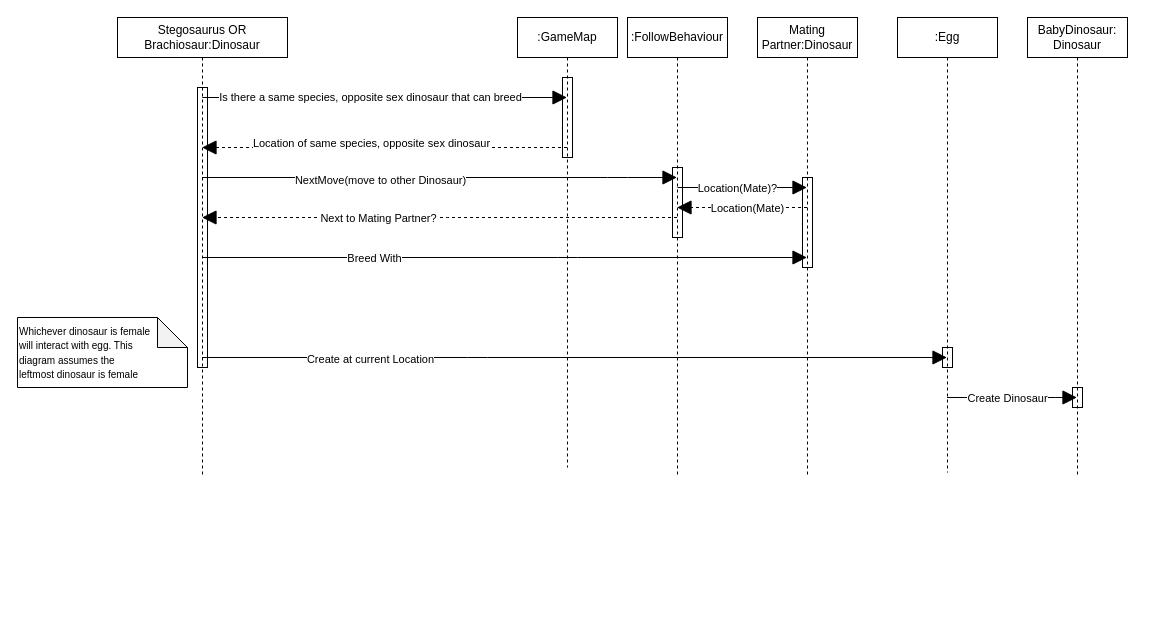
Earlier version of the draw.io diagram Class diagram/Breeding Sequence Diagram.drawio (Dax246/FIT2099). Source tidied: cells renumbered, new cells numbered last; positions are measured from the earlier drawing's top-left corner, leaving out a move shared by most shapes. Both pictures are drawn from the tidied source at 100%, with x=0, y=0 at pixel (17, 17).
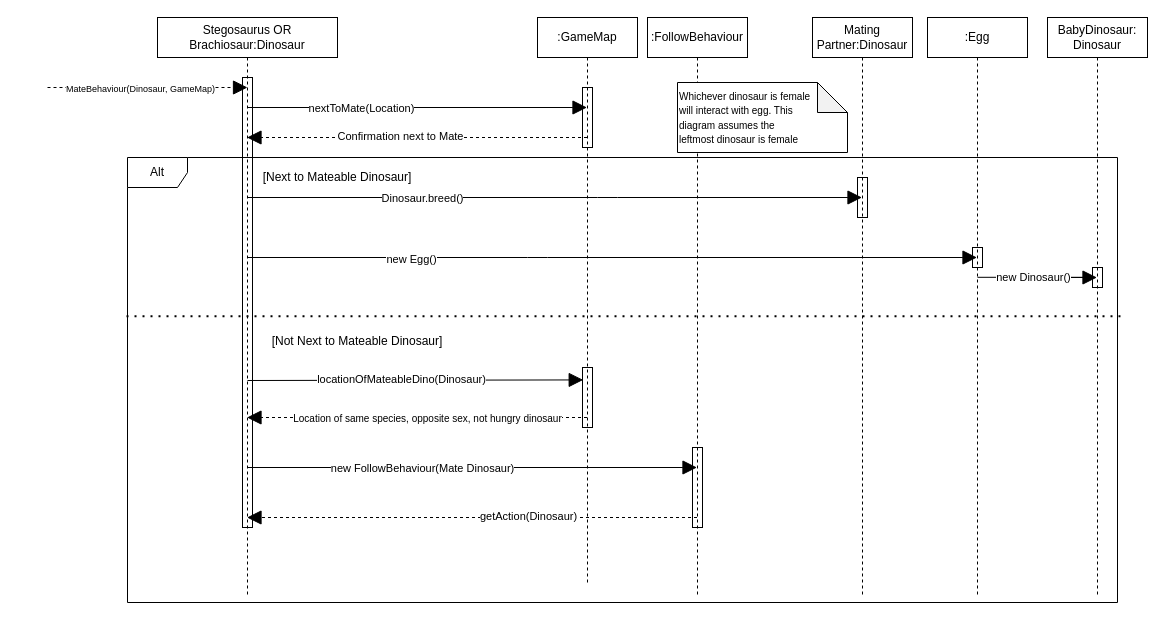
The same page after the edit.

Commit message (it also covers changes not shown here):
Redid Breeding Sequence Diagram.drawio and fixed PlantGrowth Sequence Diagram.drawio

Change to the diagram source:
```diff
@@
-    <mxCell id="2" style="html=1;points=[];perimeter=orthogonalPerimeter;" parent="1" vertex="1">
-      <mxGeometry x="1055" y="370" width="10" height="20" as="geometry" />
-    </mxCell>
+    <mxCell id="33" value="Alt" style="shape=umlFrame;whiteSpace=wrap;html=1;" parent="1" vertex="1">
+      <mxGeometry x="110" y="140" width="990" height="445" as="geometry" />
+    </mxCell>
     <mxCell id="3" style="html=1;perimeter=orthogonalPerimeter;" parent="1" vertex="1">
-      <mxGeometry x="925" y="330" width="10" height="20" as="geometry" />
+      <mxGeometry x="955" y="230" width="10" height="20" as="geometry" />
     </mxCell>
     <mxCell id="4" style="html=1;perimeter=orthogonalPerimeter;" parent="1" vertex="1">
-      <mxGeometry x="785" y="160" width="10" height="90" as="geometry" />
+      <mxGeometry x="840" y="160" width="10" height="40" as="geometry" />
     </mxCell>
     <mxCell id="5" style="html=1;perimeter=orthogonalPerimeter;" parent="1" vertex="1">
-      <mxGeometry x="545" y="60" width="10" height="80" as="geometry" />
+      <mxGeometry x="565" y="70" width="10" height="60" as="geometry" />
     </mxCell>
     <mxCell id="6" value=":GameMap" style="shape=umlLifeline;perimeter=lifelinePerimeter;whiteSpace=wrap;html=1;outlineConnect=0;" parent="1" vertex="1">
-      <mxGeometry x="500" width="100" height="450" as="geometry" />
+      <mxGeometry x="520" width="100" height="567.5" as="geometry" />
     </mxCell>
-    <mxCell id="7" style="html=1;perimeter=orthogonalPerimeter;" parent="1" vertex="1">
-      <mxGeometry x="180" y="70" width="10" height="280" as="geometry" />
-    </mxCell>
+    <mxCell id="9" value=":FollowBehaviour" style="shape=umlLifeline;perimeter=lifelinePerimeter;whiteSpace=wrap;html=1;outlineConnect=0;" parent="1" vertex="1">
+      <mxGeometry x="630" width="100" height="580" as="geometry" />
+    </mxCell>
-    <mxCell id="8" style="html=1;perimeter=orthogonalPerimeter;" parent="1" vertex="1">
-      <mxGeometry x="655" y="150" width="10" height="70" as="geometry" />
+    <mxCell id="8" style="html=1;perimeter=orthogonalPerimeter;fillColor=none;" parent="9" vertex="1">
+      <mxGeometry x="45" y="430" width="10" height="80" as="geometry" />
     </mxCell>
-    <mxCell id="9" value=":FollowBehaviour" style="shape=umlLifeline;perimeter=lifelinePerimeter;whiteSpace=wrap;html=1;outlineConnect=0;" parent="1" vertex="1">
-      <mxGeometry x="610" width="100" height="460" as="geometry" />
-    </mxCell>
-    <mxCell id="10" style="endArrow=block;endFill=1;endSize=12;html=1;" parent="9" edge="1" target="32">
-      <mxGeometry relative="1" as="geometry">
-        <mxPoint x="50" y="170" as="sourcePoint" />
-      </mxGeometry>
-    </mxCell>
-    <mxCell id="11" value="Location(Mate)?" style="edgeLabel;html=1;align=center;verticalAlign=middle;" parent="10" vertex="1">
-      <mxGeometry x="-0.36" relative="1" as="geometry">
-        <mxPoint x="18" as="offset" />
-      </mxGeometry>
-    </mxCell>
-    <mxCell id="12" style="endArrow=block;endFill=1;endSize=12;html=1;" parent="1" edge="1" source="25" target="9">
+    <mxCell id="12" style="endArrow=block;endFill=1;endSize=12;html=1;dashed=1;" parent="1" edge="1" source="9" target="25">
       <mxGeometry relative="1" as="geometry">
         <Array as="points">
-          <mxPoint x="600" y="160" />
+          <mxPoint x="600" y="500" />
         </Array>
       </mxGeometry>
     </mxCell>
-    <mxCell id="13" value="NextMove(move to other Dinosaur)" style="edgeLabel;html=1;align=center;verticalAlign=middle;" parent="12" vertex="1">
+    <mxCell id="13" value="getAction(Dinosaur)" style="edgeLabel;html=1;align=center;verticalAlign=middle;" parent="12" vertex="1">
       <mxGeometry x="-0.25" y="-2" relative="1" as="geometry" />
     </mxCell>
     <mxCell id="14" style="endArrow=block;endFill=1;endSize=12;html=1;" parent="1" edge="1" source="25" target="32">
       <mxGeometry relative="1" as="geometry">
         <Array as="points">
-          <mxPoint x="550" y="240" />
+          <mxPoint x="590" y="180" />
         </Array>
       </mxGeometry>
     </mxCell>
-    <mxCell id="15" value="Breed With" style="edgeLabel;html=1;align=center;verticalAlign=middle;" parent="14" vertex="1">
+    <mxCell id="15" value="Dinosaur.breed()" style="edgeLabel;html=1;align=center;verticalAlign=middle;" parent="14" vertex="1">
       <mxGeometry x="-0.43" relative="1" as="geometry" />
     </mxCell>
     <mxCell id="16" value=":Egg" style="shape=umlLifeline;perimeter=lifelinePerimeter;whiteSpace=wrap;html=1;outlineConnect=0;" parent="1" vertex="1">
-      <mxGeometry x="880" width="100" height="455" as="geometry" />
+      <mxGeometry x="910" width="100" height="580" as="geometry" />
     </mxCell>
     <mxCell id="17" style="endArrow=block;endFill=1;endSize=12;html=1;" parent="1" edge="1" source="25" target="16">
       <mxGeometry relative="1" as="geometry">
         <Array as="points">
-          <mxPoint x="460" y="340" />
+          <mxPoint x="520" y="240" />
         </Array>
       </mxGeometry>
     </mxCell>
-    <mxCell id="18" value="Create at current Location" style="edgeLabel;html=1;align=center;verticalAlign=middle;" parent="17" vertex="1">
+    <mxCell id="18" value="new Egg()" style="edgeLabel;html=1;align=center;verticalAlign=middle;" parent="17" vertex="1">
       <mxGeometry x="-0.55" y="-1" relative="1" as="geometry" />
     </mxCell>
     <mxCell id="19" value="&lt;font style=&quot;font-size: 10px&quot;&gt;Whichever dinosaur is female &lt;br&gt;will interact with egg. This&lt;br&gt;diagram assumes the&lt;br&gt;leftmost dinosaur is female&lt;/font&gt;" style="shape=note;whiteSpace=wrap;html=1;backgroundOutline=1;darkOpacity=0.05;align=left;" parent="1" vertex="1">
-      <mxGeometry y="300" width="170" height="70" as="geometry" />
+      <mxGeometry x="660" y="65" width="170" height="70" as="geometry" />
     </mxCell>
     <mxCell id="20" value="BabyDinosaur:&lt;br&gt;Dinosaur" style="shape=umlLifeline;perimeter=lifelinePerimeter;whiteSpace=wrap;html=1;outlineConnect=0;" parent="1" vertex="1">
-      <mxGeometry x="1010" width="100" height="460" as="geometry" />
+      <mxGeometry x="1030" width="100" height="580" as="geometry" />
     </mxCell>
-    <mxCell id="21" style="endArrow=block;endFill=1;endSize=12;html=1;" parent="1" edge="1" source="16" target="20">
+    <mxCell id="21" style="endArrow=block;endFill=1;endSize=12;html=1;startArrow=none;" parent="1" edge="1" source="2" target="20">
       <mxGeometry relative="1" as="geometry">
         <Array as="points">
-          <mxPoint x="1030" y="380" />
+          <mxPoint x="1020" y="260" />
         </Array>
       </mxGeometry>
     </mxCell>
-    <mxCell id="22" value="Create Dinosaur" style="edgeLabel;html=1;align=center;verticalAlign=middle;" parent="21" vertex="1">
-      <mxGeometry x="-0.37" y="-2" relative="1" as="geometry">
-        <mxPoint x="19" y="-2" as="offset" />
-      </mxGeometry>
-    </mxCell>
-    <mxCell id="23" style="endArrow=block;dashed=1;endFill=1;endSize=12;html=1;" parent="1" edge="1" source="9" target="25">
-      <mxGeometry relative="1" as="geometry">
-        <Array as="points">
-          <mxPoint x="420" y="200" />
-        </Array>
-      </mxGeometry>
-    </mxCell>
-    <mxCell id="24" value="Next to Mating Partner?" style="edgeLabel;html=1;align=center;verticalAlign=middle;" parent="23" vertex="1">
-      <mxGeometry x="0.26" relative="1" as="geometry" />
-    </mxCell>
     <mxCell id="25" value="Stegosaurus OR Brachiosaur:Dinosaur" style="shape=umlLifeline;perimeter=lifelinePerimeter;whiteSpace=wrap;html=1;outlineConnect=0;" parent="1" vertex="1">
-      <mxGeometry x="100" width="170" height="460" as="geometry" />
+      <mxGeometry x="140" width="180" height="580" as="geometry" />
     </mxCell>
+    <mxCell id="7" style="html=1;perimeter=orthogonalPerimeter;fillColor=none;" parent="25" vertex="1">
+      <mxGeometry x="85" y="60" width="10" height="450" as="geometry" />
+    </mxCell>
-    <mxCell id="26" style="endArrow=block;endFill=1;endSize=12;html=1;" parent="1" edge="1">
+    <mxCell id="26" style="endArrow=block;endFill=1;endSize=12;html=1;entryX=0.071;entryY=0.207;entryDx=0;entryDy=0;entryPerimeter=0;" parent="1" edge="1" target="43">
       <mxGeometry relative="1" as="geometry">
-        <mxPoint x="184.8" y="80" as="sourcePoint" />
-        <mxPoint x="549.5" y="80" as="targetPoint" />
+        <mxPoint x="230" y="363" as="sourcePoint" />
       </mxGeometry>
     </mxCell>
-    <mxCell id="27" value="Is there a same species, opposite sex dinosaur that can breed" style="edgeLabel;html=1;align=center;verticalAlign=middle;" parent="26" vertex="1">
+    <mxCell id="27" value="locationOfMateableDino(Dinosaur)" style="edgeLabel;html=1;align=center;verticalAlign=middle;" parent="26" vertex="1">
       <mxGeometry x="-0.08" y="1" relative="1" as="geometry" />
     </mxCell>
     <mxCell id="28" style="endArrow=block;dashed=1;endFill=1;endSize=12;html=1;" parent="1" edge="1" source="6" target="25">
       <mxGeometry relative="1" as="geometry">
         <Array as="points">
-          <mxPoint x="500" y="130" />
+          <mxPoint x="530" y="400" />
+          <mxPoint x="480" y="400" />
         </Array>
       </mxGeometry>
     </mxCell>
-    <mxCell id="29" value="Location of same species, opposite sex dinosaur" style="edgeLabel;html=1;align=center;verticalAlign=middle;" parent="28" vertex="1">
+    <mxCell id="29" value="&lt;font style=&quot;font-size: 10px&quot;&gt;Location of same species, opposite sex, not hungry dinosaur&lt;/font&gt;" style="edgeLabel;html=1;align=center;verticalAlign=middle;" parent="28" vertex="1">
       <mxGeometry x="0.31" y="2" relative="1" as="geometry">
-        <mxPoint x="43" y="-7" as="offset" />
+        <mxPoint x="63" y="-2" as="offset" />
       </mxGeometry>
     </mxCell>
-    <mxCell id="30" style="endArrow=block;endFill=1;endSize=12;html=1;dashed=1;" parent="1" edge="1" source="32" target="9">
-      <mxGeometry relative="1" as="geometry">
-        <Array as="points">
-          <mxPoint x="710" y="190" />
-        </Array>
-      </mxGeometry>
-    </mxCell>
-    <mxCell id="31" value="Location(Mate)" style="edgeLabel;html=1;align=center;verticalAlign=middle;" parent="30" vertex="1">
-      <mxGeometry x="-0.36" relative="1" as="geometry">
-        <mxPoint x="-18" as="offset" />
-      </mxGeometry>
-    </mxCell>
     <mxCell id="32" value="Mating Partner:Dinosaur" style="shape=umlLifeline;perimeter=lifelinePerimeter;whiteSpace=wrap;html=1;outlineConnect=0;" parent="1" vertex="1">
-      <mxGeometry x="740" width="100" height="460" as="geometry" />
+      <mxGeometry x="795" width="100" height="580" as="geometry" />
     </mxCell>
+    <mxCell id="34" style="endArrow=block;endFill=1;endSize=12;html=1;" parent="1" edge="1" source="25" target="9">
+      <mxGeometry relative="1" as="geometry">
+        <Array as="points">
+          <mxPoint x="430" y="450" />
+        </Array>
+      </mxGeometry>
+    </mxCell>
+    <mxCell id="35" value="new FollowBehaviour(Mate Dinosaur)" style="edgeLabel;html=1;align=center;verticalAlign=middle;" parent="34" vertex="1">
+      <mxGeometry x="-0.27" relative="1" as="geometry">
+        <mxPoint x="11" as="offset" />
+      </mxGeometry>
+    </mxCell>
+    <mxCell id="36" style="endArrow=block;endFill=1;endSize=12;html=1;" parent="1" edge="1" source="25" target="6">
+      <mxGeometry relative="1" as="geometry">
+        <Array as="points">
+          <mxPoint x="380" y="90" />
+        </Array>
+      </mxGeometry>
+    </mxCell>
+    <mxCell id="37" value="nextToMate(Location)" style="edgeLabel;html=1;align=center;verticalAlign=middle;" parent="36" vertex="1">
+      <mxGeometry x="-0.33" relative="1" as="geometry" />
+    </mxCell>
+    <mxCell id="38" style="endArrow=block;dashed=1;endFill=1;endSize=12;html=1;" parent="1" edge="1" source="6" target="25">
+      <mxGeometry relative="1" as="geometry">
+        <Array as="points">
+          <mxPoint x="460" y="120" />
+        </Array>
+      </mxGeometry>
+    </mxCell>
+    <mxCell id="39" value="Confirmation next to Mate" style="edgeLabel;html=1;align=center;verticalAlign=middle;" parent="38" vertex="1">
+      <mxGeometry x="0.1" y="-2" relative="1" as="geometry" />
+    </mxCell>
+    <mxCell id="40" value="[Next to Mateable Dinosaur]" style="text;html=1;strokeColor=none;fillColor=none;align=center;verticalAlign=middle;whiteSpace=wrap;rounded=0;" parent="1" vertex="1">
+      <mxGeometry x="240" y="150" width="160" height="20" as="geometry" />
+    </mxCell>
+    <mxCell id="41" style="endArrow=none;dashed=1;html=1;dashPattern=1 3;strokeWidth=2;exitX=-0.001;exitY=0.357;exitDx=0;exitDy=0;exitPerimeter=0;entryX=1.003;entryY=0.357;entryDx=0;entryDy=0;entryPerimeter=0;" parent="1" edge="1" source="33" target="33">
+      <mxGeometry relative="1" as="geometry" />
+    </mxCell>
+    <mxCell id="42" value="[Not Next to Mateable Dinosaur]" style="text;html=1;strokeColor=none;fillColor=none;align=center;verticalAlign=middle;whiteSpace=wrap;rounded=0;" parent="1" vertex="1">
+      <mxGeometry x="220" y="314" width="240" height="20" as="geometry" />
+    </mxCell>
+    <mxCell id="43" style="html=1;points=[];perimeter=orthogonalPerimeter;fillColor=none;" parent="1" vertex="1">
+      <mxGeometry x="565" y="350" width="10" height="60" as="geometry" />
+    </mxCell>
+    <mxCell id="2" style="html=1;points=[];perimeter=orthogonalPerimeter;fillColor=none;" parent="1" vertex="1">
+      <mxGeometry x="1075" y="250" width="10" height="20" as="geometry" />
+    </mxCell>
+    <mxCell id="44" style="endArrow=none;endFill=1;endSize=12;html=1;" parent="1" edge="1">
+      <mxGeometry relative="1" as="geometry">
+        <mxPoint x="960" y="259.8" as="sourcePoint" />
+        <mxPoint x="1075" y="259.8" as="targetPoint" />
+      </mxGeometry>
+    </mxCell>
+    <mxCell id="45" value="new Dinosaur()" style="edgeLabel;html=1;align=center;verticalAlign=middle;" parent="44" vertex="1">
+      <mxGeometry x="-0.37" y="-2" relative="1" as="geometry">
+        <mxPoint x="19" y="-2" as="offset" />
+      </mxGeometry>
+    </mxCell>
+    <mxCell id="46" style="endArrow=block;dashed=1;endFill=1;endSize=12;html=1;" parent="1" edge="1">
+      <mxGeometry relative="1" as="geometry">
+        <mxPoint x="30" y="70" as="sourcePoint" />
+        <mxPoint x="230" y="70" as="targetPoint" />
+      </mxGeometry>
+    </mxCell>
+    <mxCell id="47" value="&lt;font style=&quot;font-size: 9px&quot;&gt;MateBehaviour(Dinosaur, GameMap)&lt;/font&gt;" style="edgeLabel;html=1;align=center;verticalAlign=middle;" parent="46" vertex="1">
+      <mxGeometry x="-0.52" y="1" relative="1" as="geometry">
+        <mxPoint x="44" y="1" as="offset" />
+      </mxGeometry>
+    </mxCell>
```
